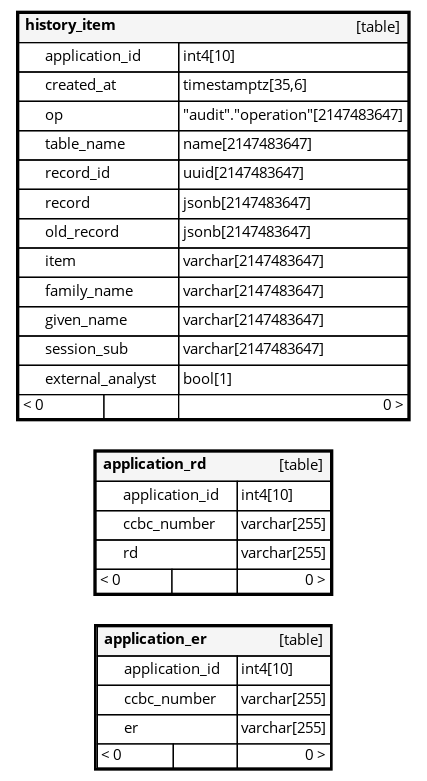
Earlier version of the Graphviz export schemaspy/ccbc_public/diagrams/orphans/orphans.png (bcgov/CONN-CCBC-portal). Its source is kept beside it as schemaspy/ccbc_public/diagrams/orphans/orphans.dot.
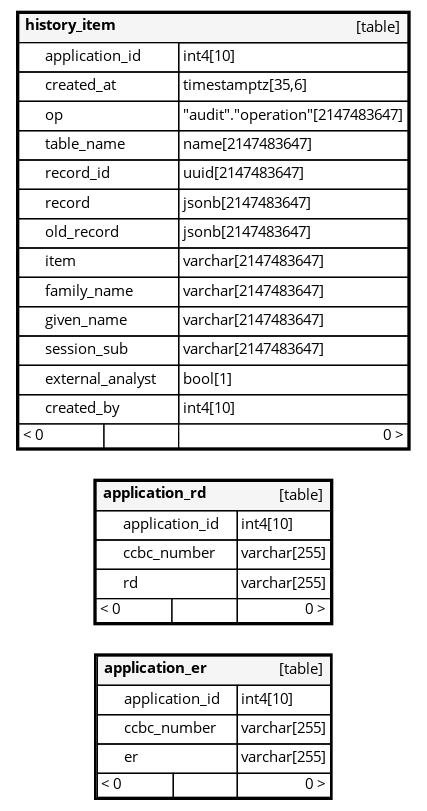
Later version of the same file.

The edit, as a diff of the source:
```diff
@@ -42,6 +42,7 @@
       <TR><TD PORT="given_name" COLSPAN="2" ALIGN="LEFT"><TABLE BORDER="0" CELLSPACING="0" ALIGN="LEFT"><TR ALIGN="LEFT"><TD ALIGN="LEFT" FIXEDSIZE="TRUE" WIDTH="15" HEIGHT="16"></TD><TD ALIGN="LEFT" FIXEDSIZE="TRUE" WIDTH="99" HEIGHT="16">given_name</TD></TR></TABLE></TD><TD PORT="given_name.type" ALIGN="LEFT">varchar[2147483647]</TD></TR>
       <TR><TD PORT="session_sub" COLSPAN="2" ALIGN="LEFT"><TABLE BORDER="0" CELLSPACING="0" ALIGN="LEFT"><TR ALIGN="LEFT"><TD ALIGN="LEFT" FIXEDSIZE="TRUE" WIDTH="15" HEIGHT="16"></TD><TD ALIGN="LEFT" FIXEDSIZE="TRUE" WIDTH="99" HEIGHT="16">session_sub</TD></TR></TABLE></TD><TD PORT="session_sub.type" ALIGN="LEFT">varchar[2147483647]</TD></TR>
       <TR><TD PORT="external_analyst" COLSPAN="2" ALIGN="LEFT"><TABLE BORDER="0" CELLSPACING="0" ALIGN="LEFT"><TR ALIGN="LEFT"><TD ALIGN="LEFT" FIXEDSIZE="TRUE" WIDTH="15" HEIGHT="16"></TD><TD ALIGN="LEFT" FIXEDSIZE="TRUE" WIDTH="99" HEIGHT="16">external_analyst</TD></TR></TABLE></TD><TD PORT="external_analyst.type" ALIGN="LEFT">bool[1]</TD></TR>
+      <TR><TD PORT="created_by" COLSPAN="2" ALIGN="LEFT"><TABLE BORDER="0" CELLSPACING="0" ALIGN="LEFT"><TR ALIGN="LEFT"><TD ALIGN="LEFT" FIXEDSIZE="TRUE" WIDTH="15" HEIGHT="16"></TD><TD ALIGN="LEFT" FIXEDSIZE="TRUE" WIDTH="99" HEIGHT="16">created_by</TD></TR></TABLE></TD><TD PORT="created_by.type" ALIGN="LEFT">int4[10]</TD></TR>
       <TR><TD ALIGN="LEFT" BGCOLOR="#ffffff">&lt; 0</TD><TD ALIGN="RIGHT" BGCOLOR="#ffffff">  </TD><TD ALIGN="RIGHT" BGCOLOR="#ffffff">0 &gt;</TD></TR>
     </TABLE>>
     URL="tables/history_item.html"
```
